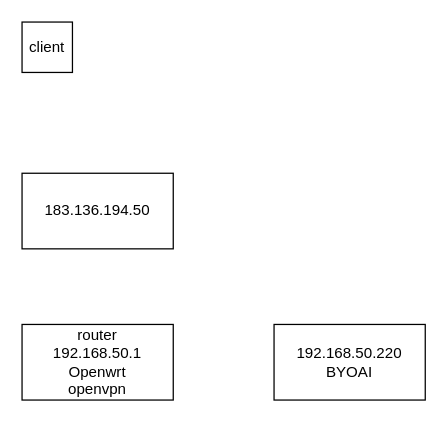
Above: vpn-diagram.drawio in QAlexBall/diagrams (draw.io), before the change. Source tidied: cells renumbered, new cells numbered last; positions are measured from the earlier drawing's top-left corner, leaving out a move shared by most shapes. Both pictures are drawn from the tidied source at 126%, with x=0, y=0 at pixel (21, 21).
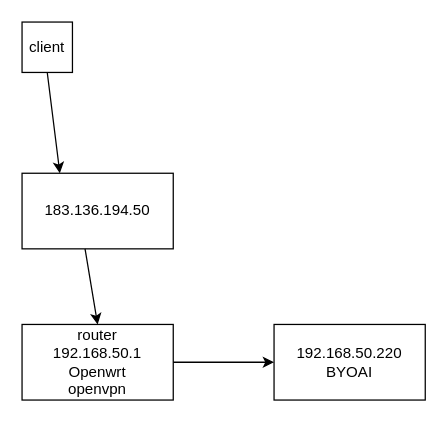
Above is the later version.

Change to the diagram source:
```diff
@@
 <mxGraphModel>
   <root>
     <mxCell id="0" />
     <mxCell id="1" parent="0" />
     <mxCell id="2" value="router&lt;br&gt;192.168.50.1&lt;br&gt;Openwrt&lt;br&gt;openvpn" style="rounded=0;whiteSpace=wrap;html=1;" parent="1" vertex="1">
       <mxGeometry y="240" width="120" height="60" as="geometry" />
     </mxCell>
     <mxCell id="3" value="183.136.194.50" style="rounded=0;whiteSpace=wrap;html=1;" parent="1" vertex="1">
       <mxGeometry y="120" width="120" height="60" as="geometry" />
     </mxCell>
     <mxCell id="4" value="client" style="whiteSpace=wrap;html=1;" parent="1" vertex="1">
       <mxGeometry width="40" height="40" as="geometry" />
     </mxCell>
     <mxCell id="5" value="192.168.50.220&lt;br&gt;BYOAI" style="rounded=0;whiteSpace=wrap;html=1;" parent="1" vertex="1">
       <mxGeometry x="200" y="240" width="120" height="60" as="geometry" />
     </mxCell>
+    <mxCell id="6" style="endArrow=classic;html=1;entryX=0.25;entryY=0;entryDx=0;entryDy=0;" parent="1" edge="1" target="3">
+      <mxGeometry relative="1" as="geometry">
+        <mxPoint x="20" y="40" as="sourcePoint" />
+      </mxGeometry>
+    </mxCell>
+    <mxCell id="7" style="endArrow=classic;html=1;" parent="1" edge="1">
+      <mxGeometry relative="1" as="geometry">
+        <mxPoint x="50" y="180" as="sourcePoint" />
+        <mxPoint x="60" y="240" as="targetPoint" />
+      </mxGeometry>
+    </mxCell>
+    <mxCell id="8" style="endArrow=classic;html=1;" parent="1" edge="1" target="5">
+      <mxGeometry relative="1" as="geometry">
+        <mxPoint x="120" y="270" as="sourcePoint" />
+      </mxGeometry>
+    </mxCell>
   </root>
 </mxGraphModel>
```
